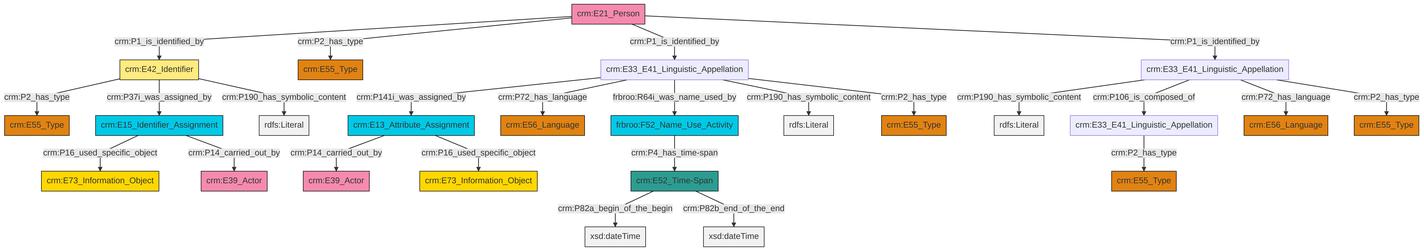
The Mermaid diagram et/personCSV/ttl/mmd/png/Person_Names_and_Classification.png in swiss-art-research-net/docs.swissartresearch, before a commit. Its source is kept beside it as et/personCSV/ttl/mmd/Person_Names_and_Classification.ttl.mmd.
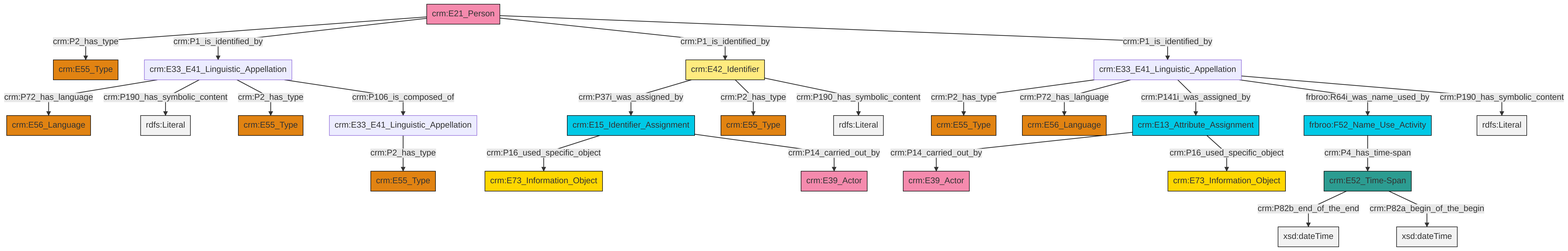
The same file after the commit.

Change to the diagram source:
```diff
@@ -13,27 +13,27 @@
 classDef PC_Classes fill:#4ce600, stroke:#000000;
 classDef Multi fill:#cccccc,stroke:#000000;
 
-0["crm:E42_Identifier"]:::Appellation -->|crm:P2_has_type| 1["crm:E55_Type"]:::Type
-2["crm:E21_Person"]:::Actor -->|crm:P1_is_identified_by| 0["crm:E42_Identifier"]:::Appellation
-3["crm:E33_E41_Linguistic_Appellation"]:::Default -->|crm:P141i_was_assigned_by| 4["crm:E13_Attribute_Assignment"]:::Temporal_Entity
-7["crm:E33_E41_Linguistic_Appellation"]:::Default -->|crm:P190_has_symbolic_content| 8[rdfs:Literal]:::Literal
-3["crm:E33_E41_Linguistic_Appellation"]:::Default -->|crm:P72_has_language| 5["crm:E56_Language"]:::Type
-0["crm:E42_Identifier"]:::Appellation -->|crm:P37i_was_assigned_by| 10["crm:E15_Identifier_Assignment"]:::Temporal_Entity
-11["crm:E52_Time-Span"]:::Time-Span -->|crm:P82a_begin_of_the_begin| 13[xsd:dateTime]:::Literal
-2["crm:E21_Person"]:::Actor -->|crm:P2_has_type| 15["crm:E55_Type"]:::Type
-2["crm:E21_Person"]:::Actor -->|crm:P1_is_identified_by| 3["crm:E33_E41_Linguistic_Appellation"]:::Default
-7["crm:E33_E41_Linguistic_Appellation"]:::Default -->|crm:P106_is_composed_of| 16["crm:E33_E41_Linguistic_Appellation"]:::Default
-4["crm:E13_Attribute_Assignment"]:::Temporal_Entity -->|crm:P14_carried_out_by| 17["crm:E39_Actor"]:::Actor
-11["crm:E52_Time-Span"]:::Time-Span -->|crm:P82b_end_of_the_end| 19[xsd:dateTime]:::Literal
-2["crm:E21_Person"]:::Actor -->|crm:P1_is_identified_by| 7["crm:E33_E41_Linguistic_Appellation"]:::Default
-10["crm:E15_Identifier_Assignment"]:::Temporal_Entity -->|crm:P16_used_specific_object| 23["crm:E73_Information_Object"]:::Conceptual_Object
-21["frbroo:F52_Name_Use_Activity"]:::Temporal_Entity -->|crm:P4_has_time-span| 11["crm:E52_Time-Span"]:::Time-Span
-3["crm:E33_E41_Linguistic_Appellation"]:::Default -->|frbroo:R64i_was_name_used_by| 21["frbroo:F52_Name_Use_Activity"]:::Temporal_Entity
-10["crm:E15_Identifier_Assignment"]:::Temporal_Entity -->|crm:P14_carried_out_by| 32["crm:E39_Actor"]:::Actor
-7["crm:E33_E41_Linguistic_Appellation"]:::Default -->|crm:P72_has_language| 24["crm:E56_Language"]:::Type
-0["crm:E42_Identifier"]:::Appellation -->|crm:P190_has_symbolic_content| 41[rdfs:Literal]:::Literal
-7["crm:E33_E41_Linguistic_Appellation"]:::Default -->|crm:P2_has_type| 27["crm:E55_Type"]:::Type
-16["crm:E33_E41_Linguistic_Appellation"]:::Default -->|crm:P2_has_type| 33["crm:E55_Type"]:::Type
-3["crm:E33_E41_Linguistic_Appellation"]:::Default -->|crm:P190_has_symbolic_content| 44[rdfs:Literal]:::Literal
-3["crm:E33_E41_Linguistic_Appellation"]:::Default -->|crm:P2_has_type| 45["crm:E55_Type"]:::Type
-4["crm:E13_Attribute_Assignment"]:::Temporal_Entity -->|crm:P16_used_specific_object| 39["crm:E73_Information_Object"]:::Conceptual_Object
+2["crm:E33_E41_Linguistic_Appellation"]:::Default -->|crm:P2_has_type| 3["crm:E55_Type"]:::Type
+2["crm:E33_E41_Linguistic_Appellation"]:::Default -->|crm:P72_has_language| 6["crm:E56_Language"]:::Type
+7["crm:E33_E41_Linguistic_Appellation"]:::Default -->|crm:P72_has_language| 8["crm:E56_Language"]:::Type
+9["crm:E13_Attribute_Assignment"]:::Temporal_Entity -->|crm:P14_carried_out_by| 10["crm:E39_Actor"]:::Actor
+12["frbroo:F52_Name_Use_Activity"]:::Temporal_Entity -->|crm:P4_has_time-span| 13["crm:E52_Time-Span"]:::Time-Span
+14["crm:E42_Identifier"]:::Appellation -->|crm:P37i_was_assigned_by| 15["crm:E15_Identifier_Assignment"]:::Temporal_Entity
+2["crm:E33_E41_Linguistic_Appellation"]:::Default -->|crm:P141i_was_assigned_by| 9["crm:E13_Attribute_Assignment"]:::Temporal_Entity
+15["crm:E15_Identifier_Assignment"]:::Temporal_Entity -->|crm:P16_used_specific_object| 19["crm:E73_Information_Object"]:::Conceptual_Object
+2["crm:E33_E41_Linguistic_Appellation"]:::Default -->|frbroo:R64i_was_name_used_by| 12["frbroo:F52_Name_Use_Activity"]:::Temporal_Entity
+9["crm:E13_Attribute_Assignment"]:::Temporal_Entity -->|crm:P16_used_specific_object| 21["crm:E73_Information_Object"]:::Conceptual_Object
+15["crm:E15_Identifier_Assignment"]:::Temporal_Entity -->|crm:P14_carried_out_by| 17["crm:E39_Actor"]:::Actor
+22["crm:E21_Person"]:::Actor -->|crm:P2_has_type| 23["crm:E55_Type"]:::Type
+7["crm:E33_E41_Linguistic_Appellation"]:::Default -->|crm:P190_has_symbolic_content| 24[rdfs:Literal]:::Literal
+7["crm:E33_E41_Linguistic_Appellation"]:::Default -->|crm:P2_has_type| 4["crm:E55_Type"]:::Type
+22["crm:E21_Person"]:::Actor -->|crm:P1_is_identified_by| 7["crm:E33_E41_Linguistic_Appellation"]:::Default
+22["crm:E21_Person"]:::Actor -->|crm:P1_is_identified_by| 14["crm:E42_Identifier"]:::Appellation
+14["crm:E42_Identifier"]:::Appellation -->|crm:P2_has_type| 0["crm:E55_Type"]:::Type
+2["crm:E33_E41_Linguistic_Appellation"]:::Default -->|crm:P190_has_symbolic_content| 34[rdfs:Literal]:::Literal
+22["crm:E21_Person"]:::Actor -->|crm:P1_is_identified_by| 2["crm:E33_E41_Linguistic_Appellation"]:::Default
+13["crm:E52_Time-Span"]:::Time-Span -->|crm:P82b_end_of_the_end| 36[xsd:dateTime]:::Literal
+14["crm:E42_Identifier"]:::Appellation -->|crm:P190_has_symbolic_content| 38[rdfs:Literal]:::Literal
+13["crm:E52_Time-Span"]:::Time-Span -->|crm:P82a_begin_of_the_begin| 39[xsd:dateTime]:::Literal
+7["crm:E33_E41_Linguistic_Appellation"]:::Default -->|crm:P106_is_composed_of| 26["crm:E33_E41_Linguistic_Appellation"]:::Default
+26["crm:E33_E41_Linguistic_Appellation"]:::Default -->|crm:P2_has_type| 41["crm:E55_Type"]:::Type
```
